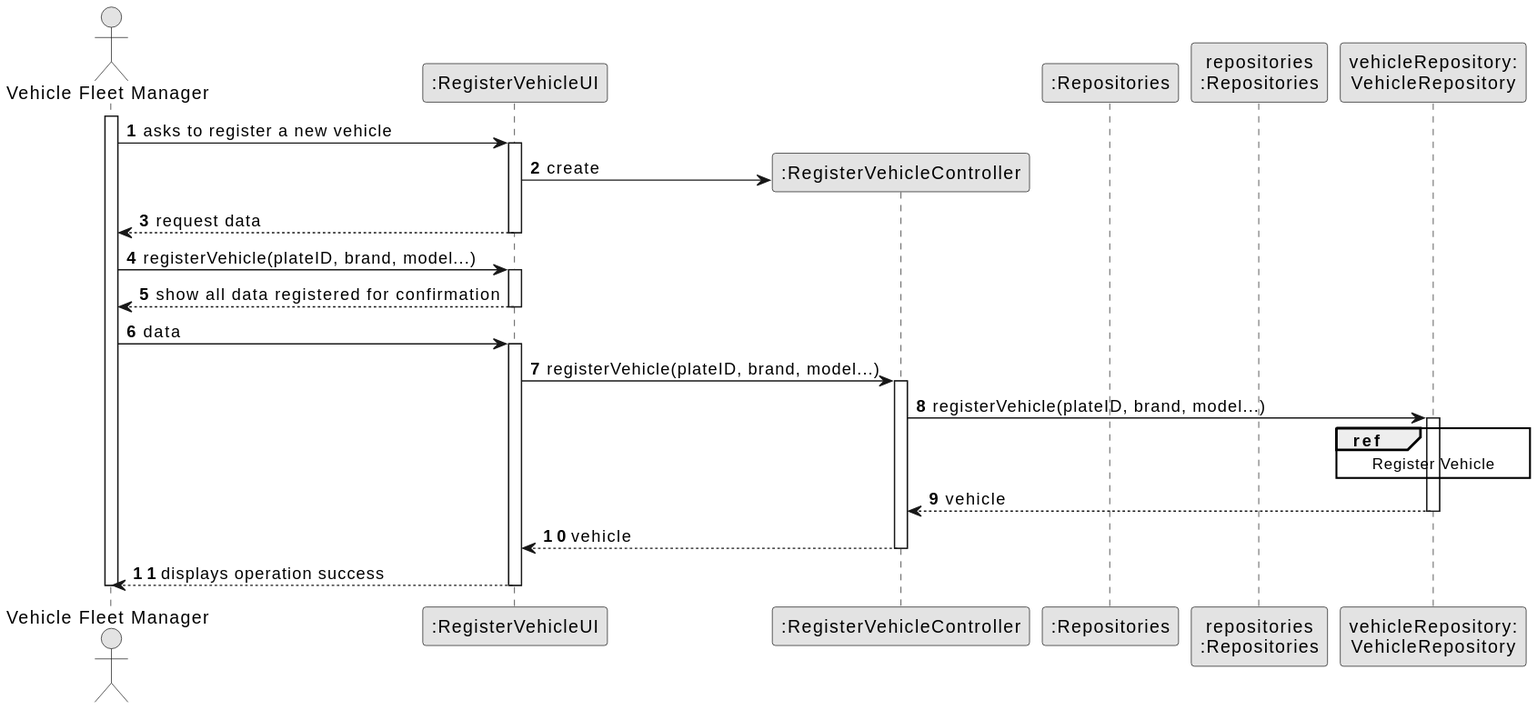
Above: docs/sprintB/us006/03.design/svg/us006-sequence-diagram-split.svg in SAEmanuel/Green_Spaces_Management_ISEP (PlantUML), before the change.
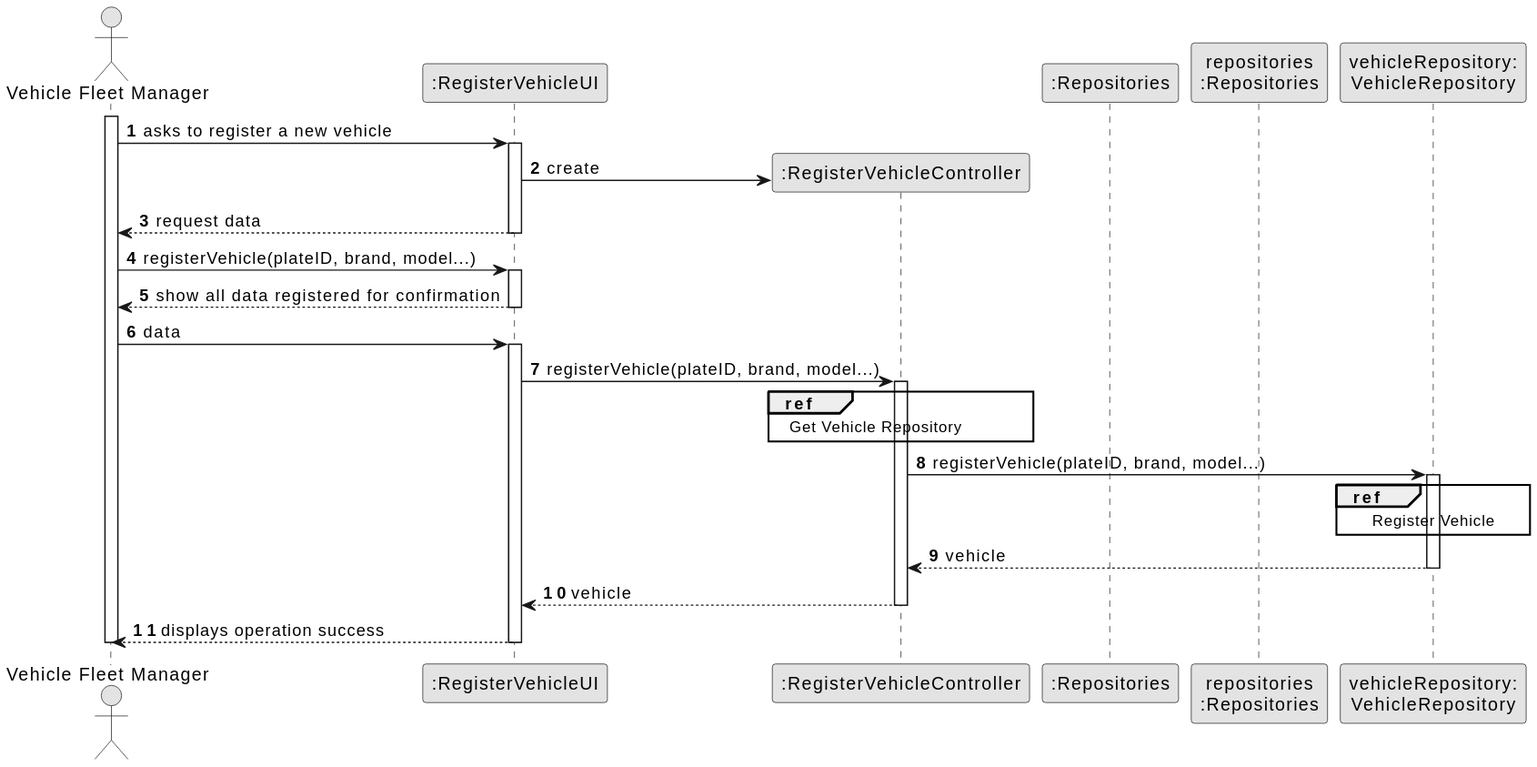
The same file after the commit.

What changed in the source:
```diff
@@ -37,6 +37,9 @@
     activate UI
 
         UI -> CTRL : registerVehicle(plateID, brand, model...)
+            ref over CTRL
+                Get Vehicle Repository
+            end
         activate CTRL
 
 
@@ -52,6 +55,7 @@
 
 
 
+
                 vehicleRepository --> CTRL : vehicle
 
             deactivate vehicleRepository
```
